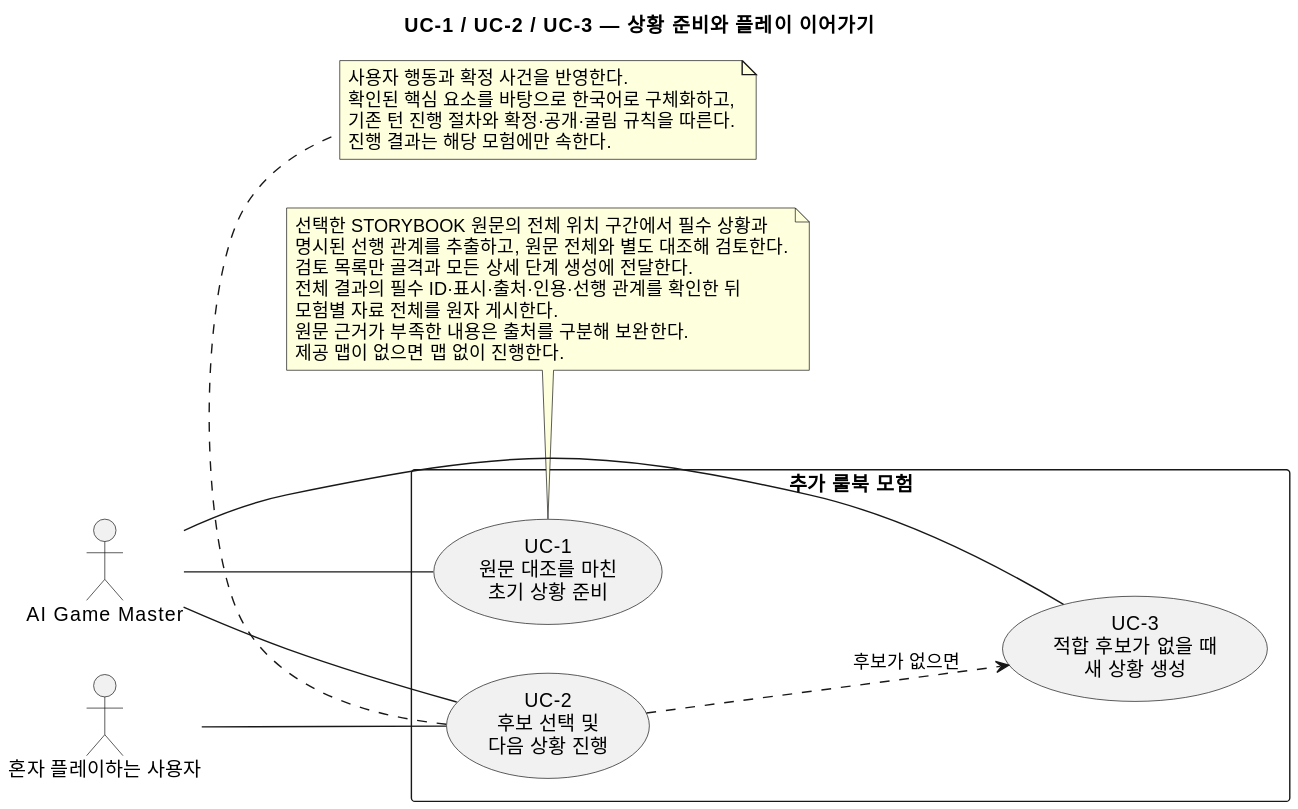
omegafrog/dnd-master keeps this PlantUML diagram as docs/specs/scenario-situation-candidates/diagrams/product/UC-1.usecase.svg. Above is the earlier version.
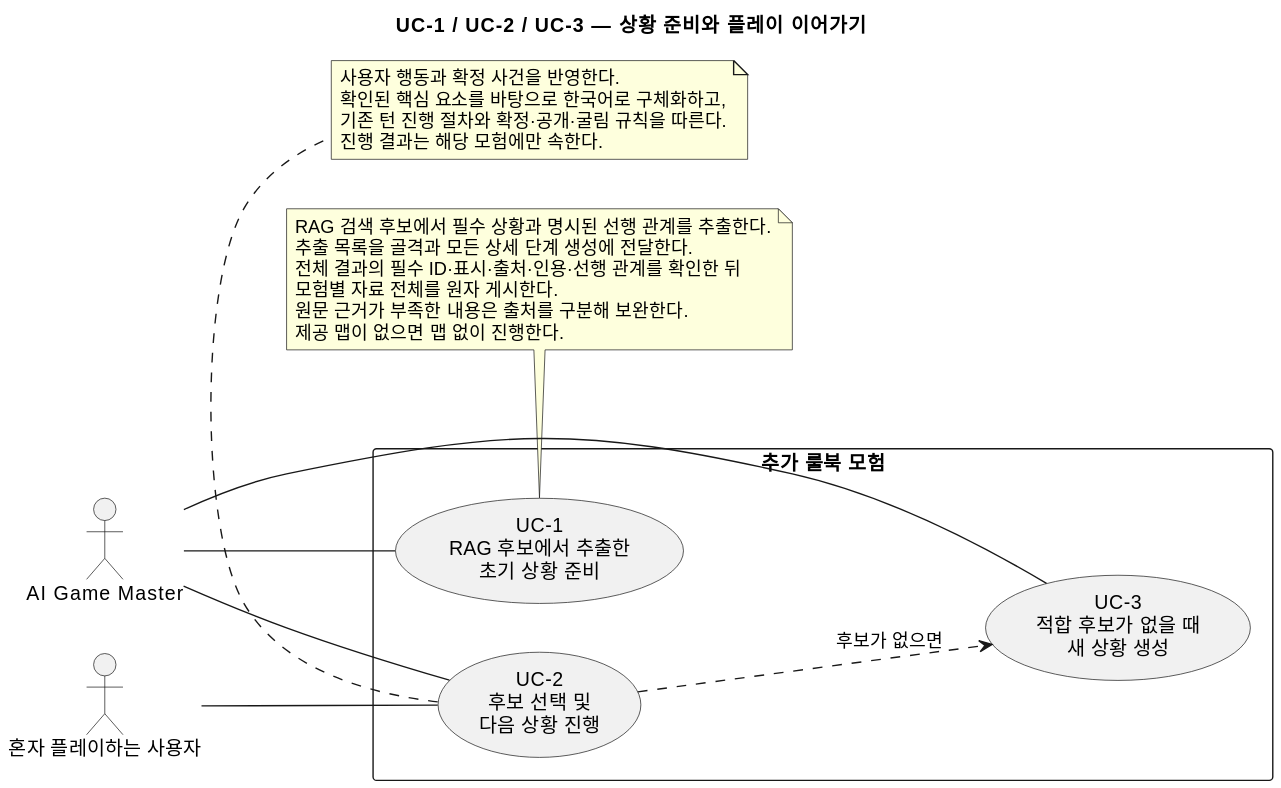
After the commit.

What changed in the source:
```diff
@@ -4,7 +4,7 @@
 actor "혼자 플레이하는 사용자" as Player
 actor "AI Game Master" as GM
 rectangle "추가 룰북 모험" {
-  usecase "UC-1\n원문 대조를 마친\n초기 상황 준비" as UC1
+  usecase "UC-1\nRAG 후보에서 추출한\n초기 상황 준비" as UC1
   usecase "UC-2\n후보 선택 및\n다음 상황 진행" as UC2
   usecase "UC-3\n적합 후보가 없을 때\n새 상황 생성" as UC3
 }
@@ -14,9 +14,8 @@
 GM -- UC3
 UC2 ..> UC3 : 후보가 없으면
 note bottom of UC1
-  선택한 STORYBOOK 원문의 전체 위치 구간에서 필수 상황과
-  명시된 선행 관계를 추출하고, 원문 전체와 별도 대조해 검토한다.
-  검토 목록만 골격과 모든 상세 단계 생성에 전달한다.
+  RAG 검색 후보에서 필수 상황과 명시된 선행 관계를 추출한다.
+  추출 목록을 골격과 모든 상세 단계 생성에 전달한다.
   전체 결과의 필수 ID·표시·출처·인용·선행 관계를 확인한 뒤
   모험별 자료 전체를 원자 게시한다.
   원문 근거가 부족한 내용은 출처를 구분해 보완한다.
```
